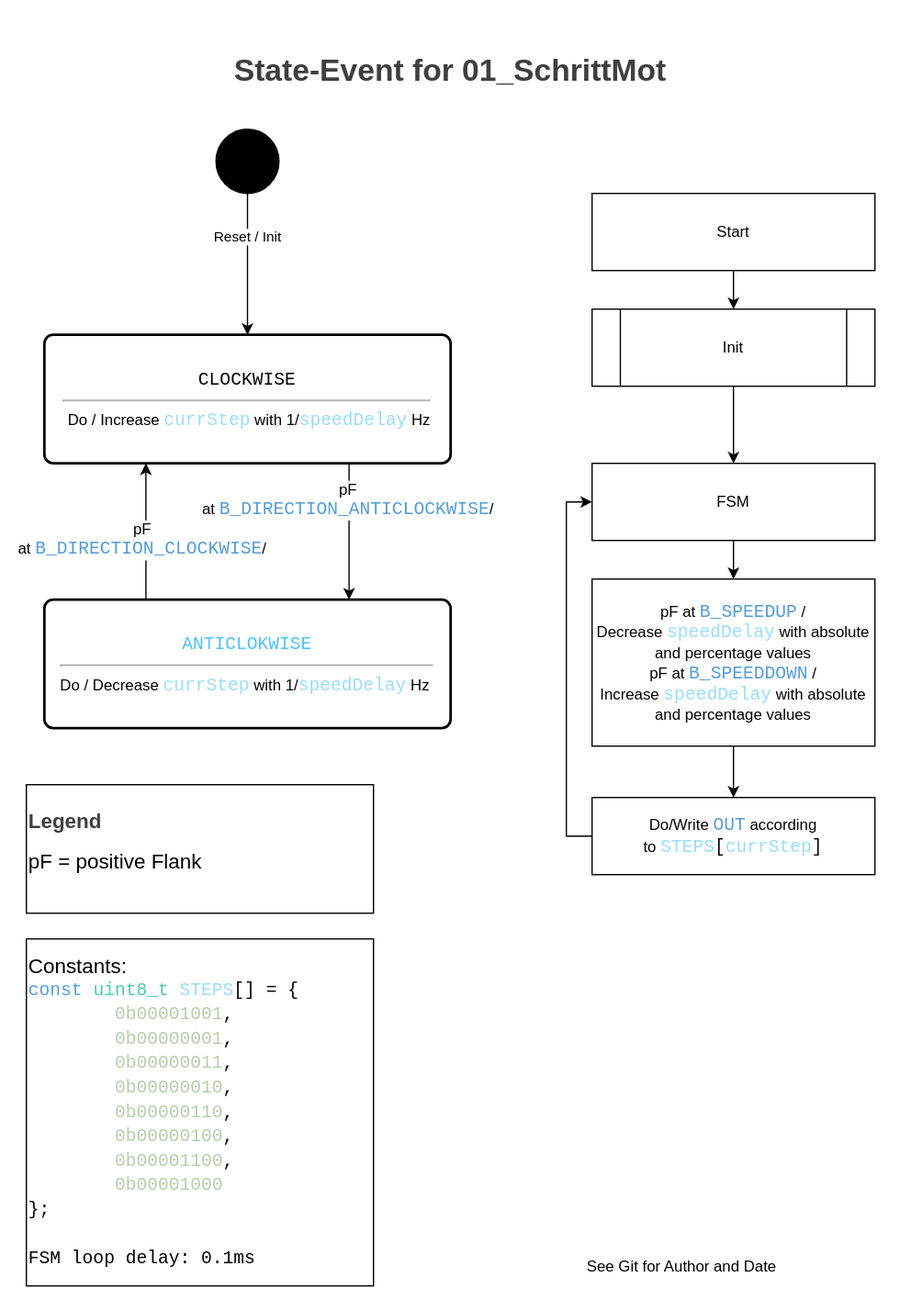
Before: readme/State-Event.svg, a diagram exported from draw.io (GabrielVarao/Schrittmotor). Source tidied: cells renumbered, new cells last; positions are measured from the earlier drawing's top-left corner, leaving out a move shared by most shapes. The source it was exported from:
```xml
<mxGraphModel background="#ffffff">
  <root>
    <mxCell id="0" />
    <mxCell id="1" parent="0" />
    <mxCell id="2" style="rounded=0;whiteSpace=wrap;html=1;strokeColor=none;" parent="1" vertex="1">
      <mxGeometry y="20" width="700" height="1000" as="geometry" />
    </mxCell>
    <mxCell id="3" value="&lt;h1 style=&quot;color: rgb(63, 63, 63); scrollbar-color: rgb(226, 226, 226) rgb(251, 251, 251); text-wrap-mode: nowrap;&quot;&gt;&lt;b style=&quot;color: rgb(63, 63, 63); scrollbar-color: rgb(226, 226, 226) rgb(251, 251, 251);&quot;&gt;State-Event for 01_SchrittMot&lt;/b&gt;&lt;/h1&gt;" style="text;html=1;align=center;verticalAlign=middle;whiteSpace=wrap;rounded=0;" parent="1" vertex="1">
      <mxGeometry y="20" width="700" height="70" as="geometry" />
    </mxCell>
    <mxCell id="4" style="edgeStyle=orthogonalEdgeStyle;rounded=0;jettySize=auto;html=1;exitX=0.5;exitY=1;exitDx=0;exitDy=0;entryX=0.5;entryY=0;entryDx=0;entryDy=0;" parent="1" edge="1" source="11" target="8">
      <mxGeometry relative="1" as="geometry" />
    </mxCell>
    <mxCell id="5" value="&lt;font&gt;Reset / Init&lt;/font&gt;" style="edgeLabel;html=1;align=center;verticalAlign=middle;" parent="4" vertex="1">
      <mxGeometry x="0.3" relative="1" as="geometry">
        <mxPoint y="-38" as="offset" />
      </mxGeometry>
    </mxCell>
    <mxCell id="6" style="edgeStyle=orthogonalEdgeStyle;rounded=0;jettySize=auto;html=1;exitX=0.75;exitY=1;exitDx=0;exitDy=0;entryX=0.75;entryY=0;entryDx=0;entryDy=0;" parent="1" edge="1" source="8" target="14">
      <mxGeometry relative="1" as="geometry" />
    </mxCell>
    <mxCell id="7" value="&lt;span&gt;&lt;span style=&quot;font-size: 12px; text-wrap: wrap;&quot;&gt;pF at&amp;nbsp;&lt;/span&gt;&lt;span style=&quot;color: rgb(86, 156, 214); font-family: Consolas, &amp;quot;Courier New&amp;quot;, monospace; font-size: 14px; white-space-collapse: preserve;&quot;&gt;B_DIRECTION_ANTICLOCKWISE&lt;/span&gt;&lt;span style=&quot;font-size: 12px; text-wrap: wrap;&quot;&gt;/&lt;/span&gt;&lt;/span&gt;" style="edgeLabel;html=1;align=center;verticalAlign=middle;" parent="6" vertex="1">
      <mxGeometry x="-0.46" y="-3" relative="1" as="geometry">
        <mxPoint x="2" as="offset" />
      </mxGeometry>
    </mxCell>
    <mxCell id="8" value="&lt;div style=&quot;font-family: Consolas, &amp;quot;Courier New&amp;quot;, monospace; font-size: 14px; line-height: 19px; white-space: pre;&quot;&gt;&lt;span&gt;&lt;font&gt;CLOCKWISE&lt;/font&gt;&lt;/span&gt;&lt;/div&gt;&lt;hr&gt;&lt;font&gt;&amp;nbsp;Do / Increase&amp;nbsp;&lt;span style=&quot;font-family: Consolas, &amp;quot;Courier New&amp;quot;, monospace; font-size: 14px; white-space: pre; color: rgb(156, 220, 254);&quot;&gt;currStep&lt;/span&gt;&amp;nbsp;&lt;span style=&quot;background-color: initial;&quot;&gt;with 1/&lt;/span&gt;&lt;span&gt;&lt;span style=&quot;font-family: Consolas, &amp;quot;Courier New&amp;quot;, monospace; font-size: 14px; white-space: pre; color: rgb(156, 220, 254);&quot;&gt;speedDelay&lt;/span&gt;&amp;nbsp;&lt;/span&gt;Hz&lt;/font&gt;" style="rounded=1;whiteSpace=wrap;html=1;absoluteArcSize=1;arcSize=14;strokeWidth=2;" parent="1" vertex="1">
      <mxGeometry x="34" y="260" width="316" height="100" as="geometry" />
    </mxCell>
    <mxCell id="9" value="&lt;h1&gt;&lt;br&gt;&lt;/h1&gt;" style="text;html=1;align=center;verticalAlign=middle;strokeColor=none;fillColor=none;" parent="1" vertex="1">
      <mxGeometry x="110" width="20" height="70" as="geometry" />
    </mxCell>
    <mxCell id="10" value="&lt;b style=&quot;font-size: medium; background-color: light-dark(#ffffff, var(--ge-dark-color, #121212)); color: rgb(63, 63, 63);&quot;&gt;Legend&lt;/b&gt;&lt;br&gt;&lt;p style=&quot;&quot;&gt;&lt;font style=&quot;background-color: light-dark(#ffffff, var(--ge-dark-color, #121212));&quot; size=&quot;3&quot;&gt;pF = positive Flank&lt;/font&gt;&lt;/p&gt;" style="html=1;whiteSpace=wrap;align=left;" parent="1" vertex="1">
      <mxGeometry x="20" y="610" width="270" height="100" as="geometry" />
    </mxCell>
    <mxCell id="11" style="ellipse;fillColor=strokeColor;html=1;strokeColor=default;" parent="1" vertex="1">
      <mxGeometry x="167.5" y="100" width="49" height="50" as="geometry" />
    </mxCell>
    <mxCell id="12" style="edgeStyle=orthogonalEdgeStyle;rounded=0;jettySize=auto;html=1;entryX=0.25;entryY=1;entryDx=0;entryDy=0;exitX=0.25;exitY=0;exitDx=0;exitDy=0;" parent="1" edge="1" source="14" target="8">
      <mxGeometry relative="1" as="geometry" />
    </mxCell>
    <mxCell id="13" value="&lt;span&gt;&lt;span style=&quot;font-size: 12px; text-wrap: wrap;&quot;&gt;pF at&amp;nbsp;&lt;/span&gt;&lt;span style=&quot;color: rgb(86, 156, 214); font-family: Consolas, &amp;quot;Courier New&amp;quot;, monospace; font-size: 14px; white-space-collapse: preserve;&quot;&gt;B_DIRECTION_CLOCKWISE&lt;/span&gt;&lt;span style=&quot;font-size: 12px; text-wrap: wrap;&quot;&gt;/&lt;/span&gt;&lt;/span&gt;" style="edgeLabel;html=1;align=center;verticalAlign=middle;" parent="12" vertex="1">
      <mxGeometry x="0.04" y="-1" relative="1" as="geometry">
        <mxPoint x="-4" y="9" as="offset" />
      </mxGeometry>
    </mxCell>
    <mxCell id="14" value="&lt;div style=&quot;color: rgb(204, 204, 204); font-family: Consolas, &amp;quot;Courier New&amp;quot;, monospace; font-size: 14px; line-height: 19px; white-space: pre;&quot;&gt;&lt;div style=&quot;line-height: 19px;&quot;&gt;&lt;span style=&quot;color: rgb(79, 193, 255);&quot;&gt;ANTICLOKWISE&lt;/span&gt;&lt;/div&gt;&lt;/div&gt;&lt;hr&gt;&lt;div&gt;Do / Decrease&amp;nbsp;&lt;span style=&quot;color: rgb(156, 220, 254); font-family: Consolas, &amp;quot;Courier New&amp;quot;, monospace; font-size: 14px; white-space: pre;&quot;&gt;currStep&lt;/span&gt;&lt;span style=&quot;background-color: initial;&quot;&gt;&amp;nbsp;with 1/&lt;/span&gt;&lt;span style=&quot;color: rgb(156, 220, 254); font-family: Consolas, &amp;quot;Courier New&amp;quot;, monospace; font-size: 14px; white-space: pre;&quot;&gt;speedDelay&lt;/span&gt;&amp;nbsp;Hz&lt;span style=&quot;background-color: initial;&quot;&gt;&amp;nbsp;&lt;/span&gt;&lt;/div&gt;" style="rounded=1;whiteSpace=wrap;html=1;absoluteArcSize=1;arcSize=14;strokeWidth=2;" parent="1" vertex="1">
      <mxGeometry x="34" y="466" width="316" height="100" as="geometry" />
    </mxCell>
    <mxCell id="15" value="&lt;div style=&quot;&quot;&gt;&lt;span style=&quot;font-size: medium; background-color: initial;&quot;&gt;&lt;font&gt;Constants:&lt;/font&gt;&lt;/span&gt;&lt;/div&gt;&lt;div style=&quot;&quot;&gt;&lt;div style=&quot;font-family: Consolas, &amp;quot;Courier New&amp;quot;, monospace; font-size: 14px; line-height: 19px; white-space: pre;&quot;&gt;&lt;div style=&quot;line-height: 19px;&quot;&gt;&lt;div style=&quot;&quot;&gt;&lt;font&gt;&lt;span style=&quot;color: rgb(86, 156, 214);&quot;&gt;const&lt;/span&gt;&lt;font&gt; &lt;/font&gt;&lt;span style=&quot;color: rgb(78, 201, 176);&quot;&gt;uint8_t&lt;/span&gt;&lt;font&gt; &lt;/font&gt;&lt;span style=&quot;color: rgb(156, 220, 254);&quot;&gt;STEPS&lt;/span&gt;&lt;span&gt;&lt;font&gt;[]&lt;/font&gt;&lt;/span&gt;&lt;font&gt; &lt;/font&gt;&lt;font&gt;&lt;font&gt;= &lt;/font&gt;&lt;font&gt;{&lt;/font&gt;&lt;/font&gt;&lt;/font&gt;&lt;/div&gt;&lt;div style=&quot;&quot;&gt;&lt;span&gt;&lt;font&gt;&amp;nbsp; &amp;nbsp; &amp;nbsp; &amp;nbsp; &lt;span style=&quot;color: rgb(181, 206, 168);&quot;&gt;0b00001001&lt;/span&gt;,&lt;/font&gt;&lt;/span&gt;&lt;/div&gt;&lt;div style=&quot;&quot;&gt;&lt;span&gt;&lt;font&gt;&amp;nbsp; &amp;nbsp; &amp;nbsp; &amp;nbsp; &lt;span style=&quot;color: rgb(181, 206, 168);&quot;&gt;0b00000001&lt;/span&gt;,&lt;/font&gt;&lt;/span&gt;&lt;/div&gt;&lt;div style=&quot;&quot;&gt;&lt;span&gt;&lt;font&gt;&amp;nbsp; &amp;nbsp; &amp;nbsp; &amp;nbsp; &lt;span style=&quot;color: rgb(181, 206, 168);&quot;&gt;0b00000011&lt;/span&gt;,&lt;/font&gt;&lt;/span&gt;&lt;/div&gt;&lt;div style=&quot;&quot;&gt;&lt;span&gt;&lt;font&gt;&amp;nbsp; &amp;nbsp; &amp;nbsp; &amp;nbsp; &lt;span style=&quot;color: rgb(181, 206, 168);&quot;&gt;0b00000010&lt;/span&gt;,&lt;/font&gt;&lt;/span&gt;&lt;/div&gt;&lt;div style=&quot;&quot;&gt;&lt;span&gt;&lt;font&gt;&amp;nbsp; &amp;nbsp; &amp;nbsp; &amp;nbsp; &lt;span style=&quot;color: rgb(181, 206, 168);&quot;&gt;0b00000110&lt;/span&gt;,&lt;/font&gt;&lt;/span&gt;&lt;/div&gt;&lt;div style=&quot;&quot;&gt;&lt;span&gt;&lt;font&gt;&amp;nbsp; &amp;nbsp; &amp;nbsp; &amp;nbsp; &lt;span style=&quot;color: rgb(181, 206, 168);&quot;&gt;0b00000100&lt;/span&gt;,&lt;/font&gt;&lt;/span&gt;&lt;/div&gt;&lt;div style=&quot;&quot;&gt;&lt;span&gt;&lt;font&gt;&amp;nbsp; &amp;nbsp; &amp;nbsp; &amp;nbsp; &lt;span style=&quot;color: rgb(181, 206, 168);&quot;&gt;0b00001100&lt;/span&gt;,&lt;/font&gt;&lt;/span&gt;&lt;/div&gt;&lt;div style=&quot;&quot;&gt;&lt;span&gt;&lt;font&gt;&amp;nbsp; &amp;nbsp; &amp;nbsp; &amp;nbsp; &lt;span style=&quot;color: rgb(181, 206, 168);&quot;&gt;0b00001000&lt;/span&gt;&lt;/font&gt;&lt;/span&gt;&lt;/div&gt;&lt;div style=&quot;&quot;&gt;&lt;span&gt;&lt;font&gt;};&lt;/font&gt;&lt;/span&gt;&lt;/div&gt;&lt;div style=&quot;&quot;&gt;&lt;span&gt;&lt;font&gt;&lt;br&gt;&lt;/font&gt;&lt;/span&gt;&lt;/div&gt;&lt;div style=&quot;&quot;&gt;FSM loop delay: 0.1ms&lt;/div&gt;&lt;/div&gt;&lt;/div&gt;&lt;/div&gt;" style="html=1;whiteSpace=wrap;align=left;" parent="1" vertex="1">
      <mxGeometry x="20" y="730" width="270" height="270" as="geometry" />
    </mxCell>
    <mxCell id="16" style="edgeStyle=orthogonalEdgeStyle;rounded=0;jettySize=auto;html=1;exitX=0.5;exitY=1;exitDx=0;exitDy=0;entryX=0.5;entryY=0;entryDx=0;entryDy=0;" parent="1" edge="1" source="17" target="18">
      <mxGeometry relative="1" as="geometry" />
    </mxCell>
    <mxCell id="17" value="&lt;font&gt;Start&lt;/font&gt;" style="rounded=0;whiteSpace=wrap;html=1;" parent="1" vertex="1">
      <mxGeometry x="460" y="150" width="220" height="60" as="geometry" />
    </mxCell>
    <mxCell id="18" value="&lt;font&gt;Init&lt;/font&gt;" style="shape=process;whiteSpace=wrap;html=1;backgroundOutline=1;" parent="1" vertex="1">
      <mxGeometry x="460" y="240" width="220" height="60" as="geometry" />
    </mxCell>
    <mxCell id="19" style="edgeStyle=orthogonalEdgeStyle;rounded=0;jettySize=auto;html=1;exitX=0.5;exitY=1;exitDx=0;exitDy=0;entryX=0.5;entryY=0;entryDx=0;entryDy=0;" parent="1" edge="1" source="20" target="22">
      <mxGeometry relative="1" as="geometry" />
    </mxCell>
    <mxCell id="20" value="&lt;font&gt;FSM&lt;/font&gt;" style="rounded=0;whiteSpace=wrap;html=1;" parent="1" vertex="1">
      <mxGeometry x="460" y="360" width="220" height="60" as="geometry" />
    </mxCell>
    <mxCell id="21" style="edgeStyle=orthogonalEdgeStyle;rounded=0;jettySize=auto;html=1;exitX=0.5;exitY=1;exitDx=0;exitDy=0;entryX=0.5;entryY=0;entryDx=0;entryDy=0;" parent="1" edge="1" source="22" target="24">
      <mxGeometry relative="1" as="geometry" />
    </mxCell>
    <mxCell id="22" value="&lt;font&gt;pF at&amp;nbsp;&lt;span style=&quot;font-family: Consolas, &amp;quot;Courier New&amp;quot;, monospace; font-size: 14px; white-space: pre; color: rgb(86, 156, 214);&quot;&gt;B_SPEEDUP&lt;/span&gt;&lt;span style=&quot;background-color: initial;&quot;&gt;&amp;nbsp;/ Decrease&amp;nbsp;&lt;/span&gt;&lt;span style=&quot;font-family: Consolas, &amp;quot;Courier New&amp;quot;, monospace; font-size: 14px; white-space: pre; color: rgb(156, 220, 254);&quot;&gt;speedDelay&lt;/span&gt;&lt;span style=&quot;background-color: initial;&quot;&gt;&amp;nbsp;with absolute and percentage values&lt;/span&gt;&lt;/font&gt;&lt;div&gt;&lt;font&gt;pF at&amp;nbsp;&lt;span style=&quot;font-family: Consolas, &amp;quot;Courier New&amp;quot;, monospace; font-size: 14px; white-space: pre; color: rgb(86, 156, 214);&quot;&gt;B_SPEEDDOWN&lt;/span&gt;&lt;span style=&quot;background-color: initial;&quot;&gt;&amp;nbsp;/ Increase&amp;nbsp;&lt;/span&gt;&lt;span style=&quot;font-family: Consolas, &amp;quot;Courier New&amp;quot;, monospace; font-size: 14px; white-space: pre; color: rgb(156, 220, 254);&quot;&gt;speedDelay&lt;/span&gt;&lt;span style=&quot;background-color: initial;&quot;&gt;&amp;nbsp;with absolute and percentage values&lt;/span&gt;&lt;/font&gt;&lt;br&gt;&lt;/div&gt;" style="rounded=0;whiteSpace=wrap;html=1;" parent="1" vertex="1">
      <mxGeometry x="460" y="450" width="220" height="130" as="geometry" />
    </mxCell>
    <mxCell id="23" style="edgeStyle=orthogonalEdgeStyle;rounded=0;jettySize=auto;html=1;exitX=0;exitY=0.5;exitDx=0;exitDy=0;entryX=0;entryY=0.5;entryDx=0;entryDy=0;" parent="1" edge="1" source="24" target="20">
      <mxGeometry relative="1" as="geometry" />
    </mxCell>
    <mxCell id="24" value="&lt;font&gt;Do/Write&amp;nbsp;&lt;span style=&quot;font-family: Consolas, &amp;quot;Courier New&amp;quot;, monospace; font-size: 14px; white-space: pre; color: rgb(86, 156, 214);&quot;&gt;OUT&lt;/span&gt;&lt;span style=&quot;background-color: initial;&quot;&gt;&amp;nbsp;according to&amp;nbsp;&lt;/span&gt;&lt;span style=&quot;font-family: Consolas, &amp;quot;Courier New&amp;quot;, monospace; font-size: 14px; white-space: pre; color: rgb(156, 220, 254);&quot;&gt;STEPS&lt;/span&gt;&lt;span style=&quot;font-family: Consolas, &amp;quot;Courier New&amp;quot;, monospace; font-size: 14px; white-space: pre;&quot;&gt;&lt;font&gt;[&lt;/font&gt;&lt;/span&gt;&lt;span style=&quot;font-family: Consolas, &amp;quot;Courier New&amp;quot;, monospace; font-size: 14px; white-space: pre; color: rgb(156, 220, 254);&quot;&gt;currStep&lt;/span&gt;&lt;span style=&quot;font-family: Consolas, &amp;quot;Courier New&amp;quot;, monospace; font-size: 14px; white-space: pre;&quot;&gt;&lt;font&gt;]&lt;/font&gt;&lt;/span&gt;&lt;/font&gt;" style="rounded=0;whiteSpace=wrap;html=1;" parent="1" vertex="1">
      <mxGeometry x="460" y="620" width="220" height="60" as="geometry" />
    </mxCell>
    <mxCell id="25" style="edgeStyle=orthogonalEdgeStyle;rounded=0;jettySize=auto;html=1;exitX=0.5;exitY=1;exitDx=0;exitDy=0;entryX=0.5;entryY=0;entryDx=0;entryDy=0;" parent="1" edge="1" source="18" target="20">
      <mxGeometry relative="1" as="geometry" />
    </mxCell>
    <mxCell id="26" value="See Git for Author and Date" style="text;html=1;align=center;verticalAlign=middle;whiteSpace=wrap;rounded=0;" parent="1" vertex="1">
      <mxGeometry x="430" y="970" width="200" height="30" as="geometry" />
    </mxCell>
  </root>
</mxGraphModel>
```
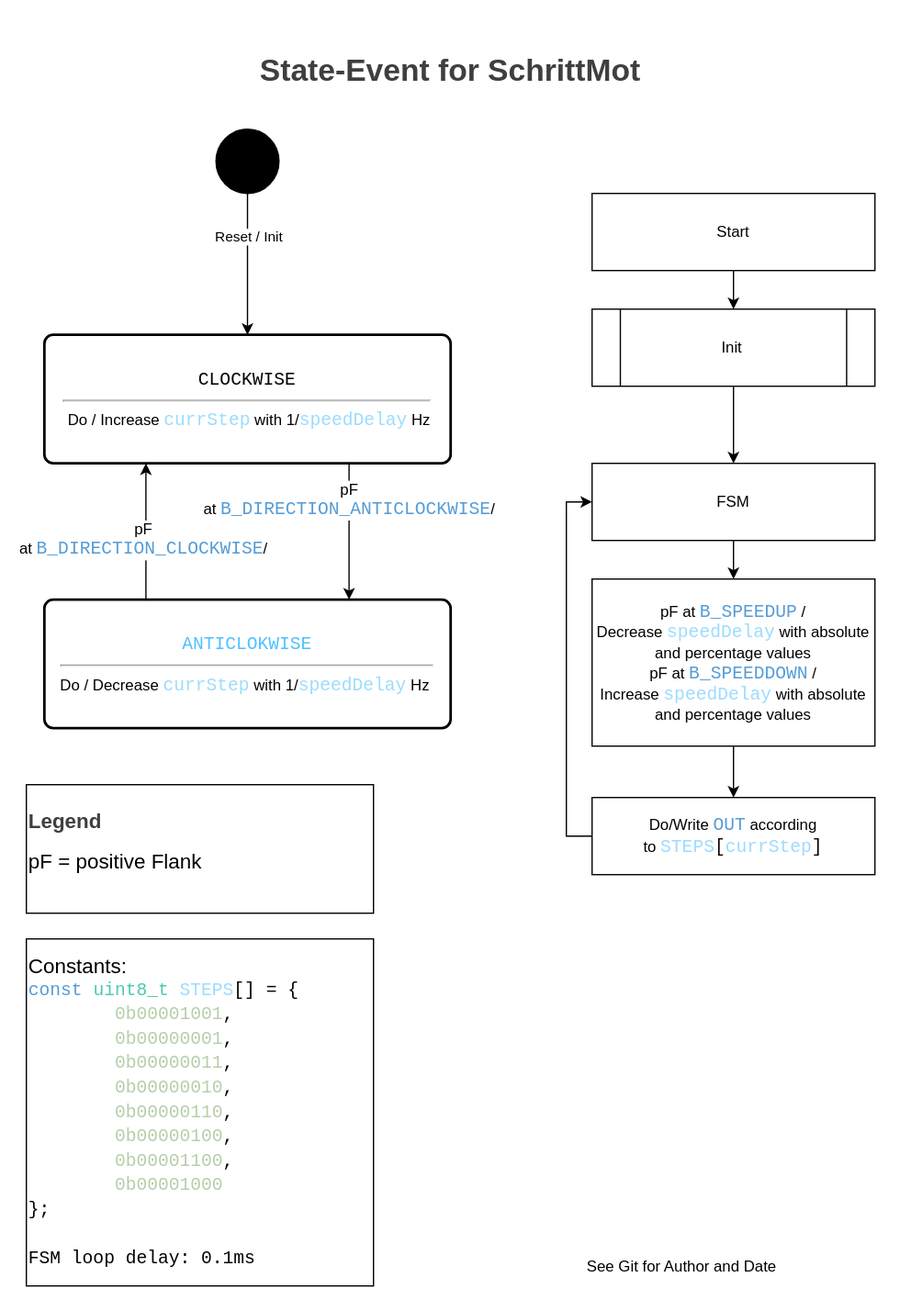
The same diagram one commit later.

Commit message:
State Event modified

Diff of the diagram source:
```diff
@@ -5,7 +5,7 @@
     <mxCell id="2" style="rounded=0;whiteSpace=wrap;html=1;strokeColor=none;" parent="1" vertex="1">
       <mxGeometry y="20" width="700" height="1000" as="geometry" />
     </mxCell>
-    <mxCell id="3" value="&lt;h1 style=&quot;color: rgb(63, 63, 63); scrollbar-color: rgb(226, 226, 226) rgb(251, 251, 251); text-wrap-mode: nowrap;&quot;&gt;&lt;b style=&quot;color: rgb(63, 63, 63); scrollbar-color: rgb(226, 226, 226) rgb(251, 251, 251);&quot;&gt;State-Event for 01_SchrittMot&lt;/b&gt;&lt;/h1&gt;" style="text;html=1;align=center;verticalAlign=middle;whiteSpace=wrap;rounded=0;" parent="1" vertex="1">
+    <mxCell id="3" value="&lt;h1 style=&quot;color: rgb(63, 63, 63); scrollbar-color: rgb(226, 226, 226) rgb(251, 251, 251); text-wrap-mode: nowrap;&quot;&gt;&lt;b style=&quot;color: rgb(63, 63, 63); scrollbar-color: rgb(226, 226, 226) rgb(251, 251, 251);&quot;&gt;State-Event for SchrittMot&lt;/b&gt;&lt;/h1&gt;" style="text;html=1;align=center;verticalAlign=middle;whiteSpace=wrap;rounded=0;" parent="1" vertex="1">
       <mxGeometry y="20" width="700" height="70" as="geometry" />
     </mxCell>
     <mxCell id="4" style="edgeStyle=orthogonalEdgeStyle;rounded=0;jettySize=auto;html=1;exitX=0.5;exitY=1;exitDx=0;exitDy=0;entryX=0.5;entryY=0;entryDx=0;entryDy=0;" parent="1" edge="1" source="11" target="8">
```
